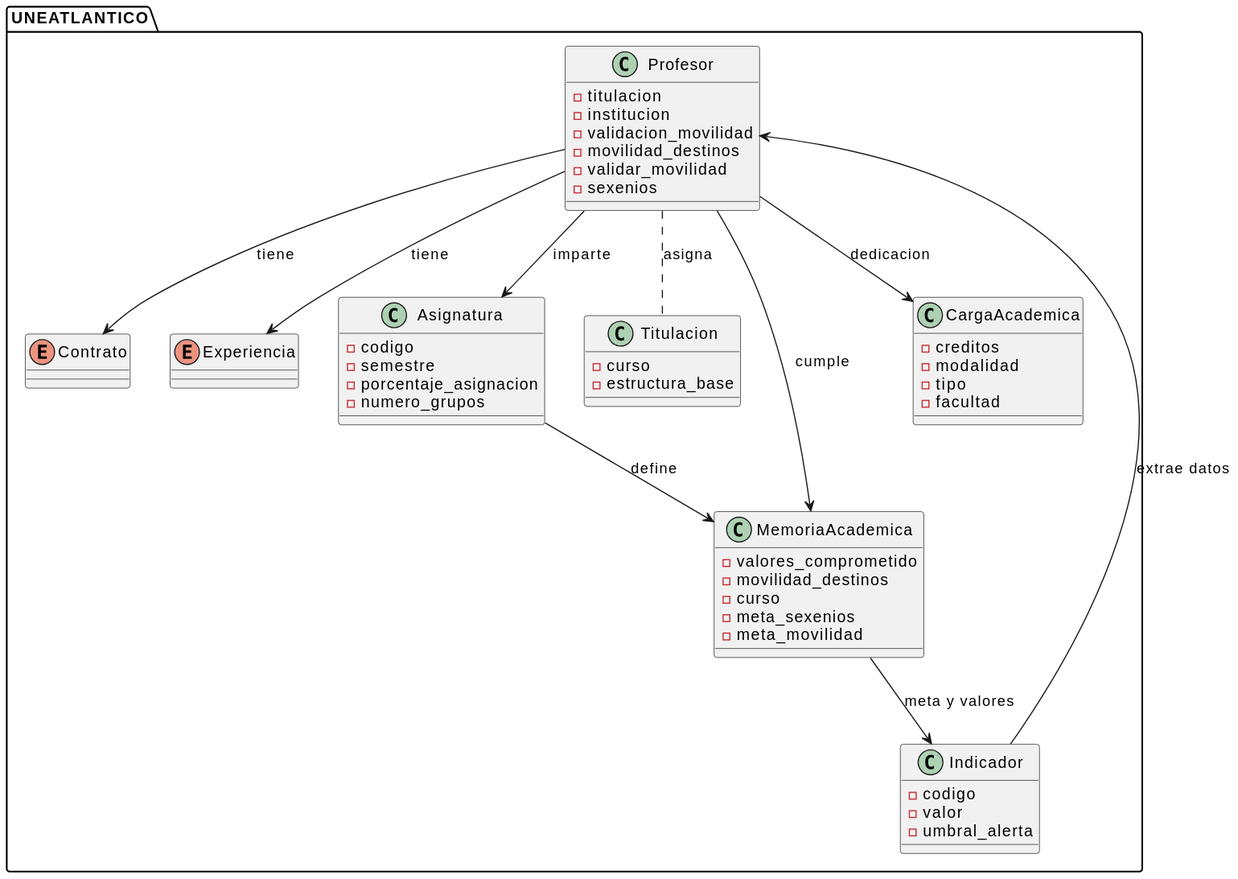
This is images/modelosUML/MdD/diagramaDeClases.svg from mmasias/24-25-IdSw1-SDR, a PlantUML export, as it was before one commit.
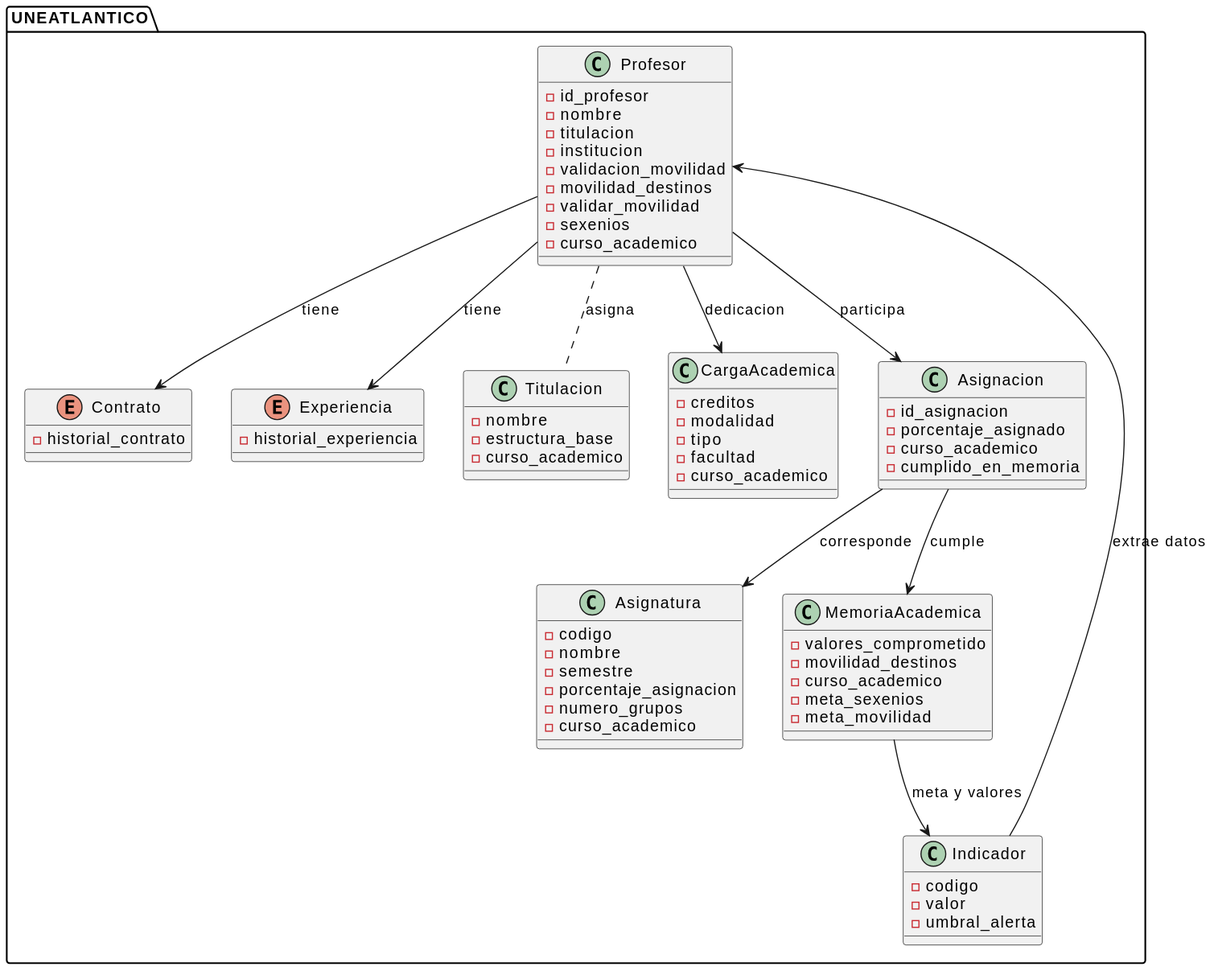
After the change.

Commit message:
diagrama_clases cambio

Change to the diagram source:
```diff
@@ -1,35 +1,44 @@
 @startuml
 package "UNEATLANTICO" {
     class Profesor {
+        - id_profesor
+        - nombre
         - titulacion
         - institucion
         - validacion_movilidad
         - movilidad_destinos
         - validar_movilidad
         - sexenios
+        - curso_academico
     }
 
     enum Contrato {
+      - historial_contrato
+
     }
     enum Experiencia {
+      - historial_experiencia
     }
 
     class Asignatura {
         - codigo
+        - nombre
         - semestre
         - porcentaje_asignacion
         - numero_grupos
+        - curso_academico
     }
 
     class Titulacion {
-        - curso
+        - nombre
         - estructura_base
+        - curso_academico
     }
 
     class MemoriaAcademica {
         - valores_comprometido
         - movilidad_destinos
-        - curso
+        - curso_academico
         - meta_sexenios
         - meta_movilidad
     }
@@ -45,17 +54,24 @@
         - modalidad
         - tipo
         - facultad
+        - curso_academico
+    }
+
+    class Asignacion {
+        - id_asignacion
+        - porcentaje_asignado
+        - curso_academico
+        - cumplido_en_memoria
     }
 
     Profesor --> Contrato : tiene
     Profesor --> Experiencia : tiene
     Profesor --> CargaAcademica : dedicacion
+    Profesor --> Asignacion : participa
     Profesor .. Titulacion : asigna
-    Profesor --> Asignatura : imparte
-    Profesor --> MemoriaAcademica : cumple
+    Asignacion --> Asignatura : corresponde
+    Asignacion --> MemoriaAcademica : cumple
     MemoriaAcademica --> Indicador : meta y valores
     Indicador --> Profesor : extrae datos
-    Asignatura --> MemoriaAcademica : define
-
 }
 @enduml
```
